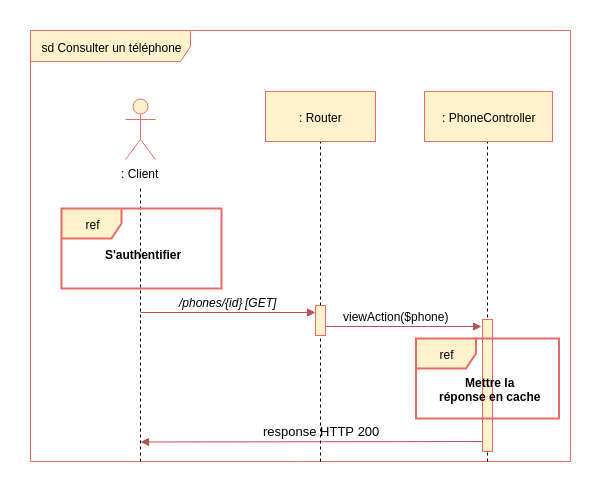
Thibok/Bilemo keeps this draw.io diagram as Diagrammes/Consulter_un_telephone.png. Above is the earlier version. Source tidied: cells renumbered, new cells last; positions are measured from the earlier drawing's top-left corner, leaving out a move shared by most shapes.
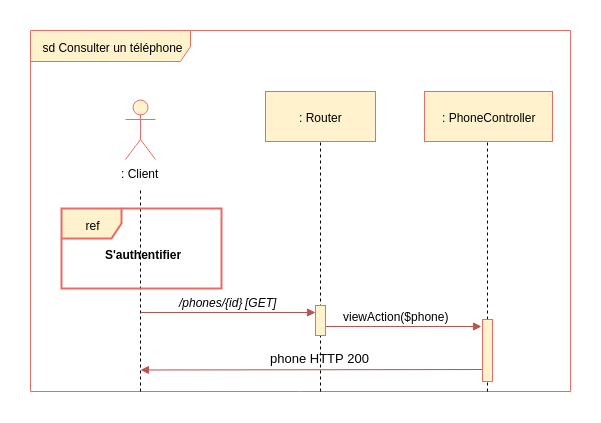
After the commit.

Change to the diagram source:
```diff
@@ -4,34 +4,34 @@
     <mxCell id="1" parent="0" />
     <mxCell id="2" style="endArrow=block;html=1;endFill=1;fillColor=#f8cecc;strokeColor=#b85450;" parent="1" edge="1">
       <mxGeometry relative="1" as="geometry">
-        <mxPoint x="455" y="411" as="sourcePoint" />
-        <mxPoint x="110" y="411.5" as="targetPoint" />
+        <mxPoint x="455" y="339" as="sourcePoint" />
+        <mxPoint x="110" y="339.5" as="targetPoint" />
       </mxGeometry>
     </mxCell>
     <mxCell id="3" value="sd Consulter un téléphone" style="shape=umlFrame;whiteSpace=wrap;html=1;width=160;height=31;fillColor=#fff2cc;strokeColor=#EA6B66;" parent="1" vertex="1">
-      <mxGeometry width="540" height="431" as="geometry" />
+      <mxGeometry width="540" height="361" as="geometry" />
     </mxCell>
     <mxCell id="4" style="endArrow=none;dashed=1;html=1;entryX=0.5;entryY=1;exitX=0.276;exitY=1.003;exitPerimeter=0;" parent="1" edge="1">
       <mxGeometry relative="1" as="geometry">
-        <mxPoint x="457" y="431" as="sourcePoint" />
+        <mxPoint x="457" y="361" as="sourcePoint" />
         <mxPoint x="457" y="104" as="targetPoint" />
       </mxGeometry>
     </mxCell>
     <mxCell id="5" style="html=1;perimeter=orthogonalPerimeter;fillColor=#fff2cc;strokeColor=#EA6B66;" parent="1" vertex="1">
-      <mxGeometry x="452" y="289" width="10" height="132" as="geometry" />
+      <mxGeometry x="452" y="289" width="10" height="62" as="geometry" />
     </mxCell>
     <mxCell id="6" value=": Client" style="shape=umlActor;verticalLabelPosition=bottom;labelBackgroundColor=#ffffff;verticalAlign=top;html=1;fillColor=#fff2cc;strokeColor=#EA6B66;" parent="1" vertex="1">
       <mxGeometry x="95" y="69" width="30" height="60" as="geometry" />
     </mxCell>
     <mxCell id="7" style="endArrow=none;dashed=1;html=1;" parent="1" edge="1">
       <mxGeometry relative="1" as="geometry">
-        <mxPoint x="110" y="431" as="sourcePoint" />
+        <mxPoint x="110" y="361" as="sourcePoint" />
         <mxPoint x="110" y="158" as="targetPoint" />
       </mxGeometry>
     </mxCell>
     <mxCell id="8" style="endArrow=none;dashed=1;html=1;entryX=0.5;entryY=1;" parent="1" edge="1">
       <mxGeometry relative="1" as="geometry">
-        <mxPoint x="290" y="431" as="sourcePoint" />
+        <mxPoint x="290" y="361" as="sourcePoint" />
         <mxPoint x="290" y="103.8" as="targetPoint" />
       </mxGeometry>
     </mxCell>
@@ -71,14 +71,8 @@
     <mxCell id="18" value=": PhoneController" style="html=1;fillColor=#fff2cc;strokeColor=#EA6B66;" parent="1" vertex="1">
       <mxGeometry x="394" y="61" width="128" height="50" as="geometry" />
     </mxCell>
-    <mxCell id="19" value="&lt;font color=&quot;#000000&quot;&gt;response HTTP 200&lt;/font&gt;" style="text;html=1;align=left;verticalAlign=top;spacingTop=-4;fontSize=13;fontColor=#007FFF;" parent="1" vertex="1">
-      <mxGeometry x="230.5" y="391" width="130" height="20" as="geometry" />
+    <mxCell id="19" value="&lt;font color=&quot;#000000&quot;&gt;phone HTTP 200&lt;/font&gt;" style="text;html=1;align=left;verticalAlign=top;spacingTop=-4;fontSize=13;fontColor=#007FFF;" parent="1" vertex="1">
+      <mxGeometry x="237.5" y="318" width="110" height="20" as="geometry" />
     </mxCell>
-    <mxCell id="20" value="ref" style="shape=umlFrame;whiteSpace=wrap;html=1;fillColor=#fff2cc;strokeColor=#EA6B66;strokeWidth=2;" parent="1" vertex="1">
-      <mxGeometry x="385.5" y="308" width="143" height="80" as="geometry" />
-    </mxCell>
-    <mxCell id="21" value="Mettre la&lt;br&gt;réponse en cache&lt;br&gt;" style="text;html=1;align=center;verticalAlign=top;spacingTop=-4;fontStyle=1;" parent="1" vertex="1">
-      <mxGeometry x="404.5" y="342.5" width="110" height="30" as="geometry" />
-    </mxCell>
   </root>
 </mxGraphModel>
```
